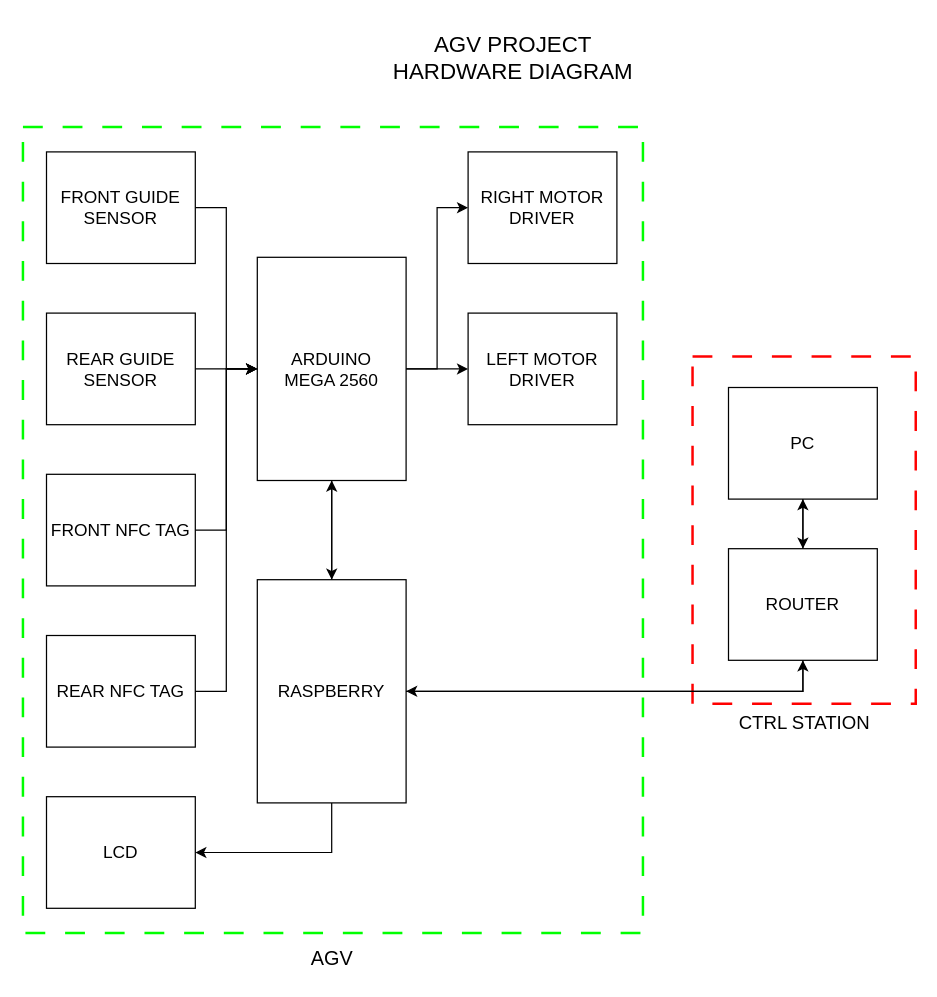
The draw.io diagram page "LF Version" (1 of 2) of Electrical/Breakdown/AGV Hardware Diagram.drawio in AlfonsusGiovanni/Automated-Guided-Vehicle, before the edit. Source tidied: cells renumbered, new cells numbered last; positions are measured from the earlier drawing's top-left corner, leaving out a move shared by most shapes. Both pictures are drawn from the tidied source at 124%, with x=0, y=0 at pixel (22, 21).
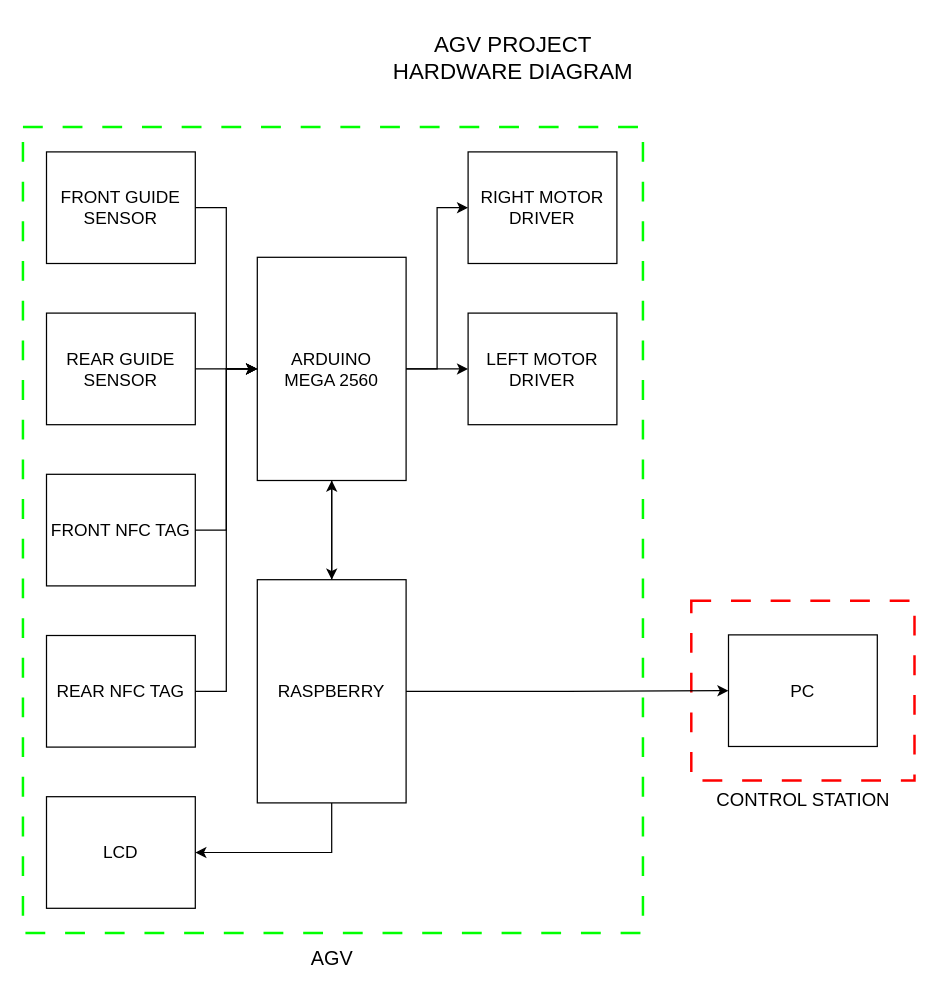
Above is the later version.

The change refers to these unchanged cells:
```xml
<mxCell id="11" value="RASPBERRY" style="rounded=0;whiteSpace=wrap;html=1;fillColor=none;fontSize=14;" parent="1" vertex="1">
  <mxGeometry x="189" y="450" width="120" height="180" as="geometry" />
</mxCell>
```

What changed in the source:
```diff
@@
     <mxCell id="2" style="whiteSpace=wrap;html=1;fillColor=none;dashed=1;dashPattern=8 8;strokeWidth=2;strokeColor=#FF0000;" parent="1" vertex="1">
-      <mxGeometry x="540" y="270" width="180" height="280" as="geometry" />
+      <mxGeometry x="539" y="467" width="180" height="145" as="geometry" />
     </mxCell>
@@
-    <mxCell id="10" style="edgeStyle=orthogonalEdgeStyle;rounded=0;jettySize=auto;html=1;exitX=1;exitY=0.5;exitDx=0;exitDy=0;entryX=0.5;entryY=1;entryDx=0;entryDy=0;" parent="1" edge="1" source="11" target="27">
-      <mxGeometry relative="1" as="geometry" />
-    </mxCell>
+    <mxCell id="31" style="edgeStyle=orthogonalEdgeStyle;rounded=0;jettySize=auto;html=1;exitX=1;exitY=0.5;exitDx=0;exitDy=0;entryX=0;entryY=0.5;entryDx=0;entryDy=0;" parent="1" edge="1" source="11" target="24">
+      <mxGeometry relative="1" as="geometry" />
+    </mxCell>
@@
-    <mxCell id="23" style="edgeStyle=orthogonalEdgeStyle;rounded=0;jettySize=auto;html=1;" parent="1" edge="1" source="24" target="27">
-      <mxGeometry relative="1" as="geometry" />
-    </mxCell>
     <mxCell id="24" value="PC" style="rounded=0;whiteSpace=wrap;html=1;fillColor=none;fontSize=14;" parent="1" vertex="1">
-      <mxGeometry x="569" y="295" width="120" height="90" as="geometry" />
+      <mxGeometry x="569" y="494.5" width="120" height="90" as="geometry" />
     </mxCell>
-    <mxCell id="25" style="edgeStyle=orthogonalEdgeStyle;rounded=0;jettySize=auto;html=1;exitX=0.5;exitY=0;exitDx=0;exitDy=0;entryX=0.5;entryY=1;entryDx=0;entryDy=0;" parent="1" edge="1" source="27" target="24">
-      <mxGeometry relative="1" as="geometry" />
-    </mxCell>
-    <mxCell id="26" style="edgeStyle=orthogonalEdgeStyle;rounded=0;jettySize=auto;html=1;exitX=0.5;exitY=1;exitDx=0;exitDy=0;entryX=1;entryY=0.5;entryDx=0;entryDy=0;" parent="1" edge="1" source="27" target="11">
-      <mxGeometry relative="1" as="geometry" />
-    </mxCell>
-    <mxCell id="27" value="ROUTER" style="rounded=0;whiteSpace=wrap;html=1;fillColor=none;fontSize=14;" parent="1" vertex="1">
-      <mxGeometry x="569" y="425" width="120" height="90" as="geometry" />
-    </mxCell>
@@
-    <mxCell id="30" value="CTRL STATION" style="text;html=1;align=center;verticalAlign=middle;strokeColor=none;fillColor=none;fontSize=15;" parent="1" vertex="1">
-      <mxGeometry x="565" y="550" width="130" height="30" as="geometry" />
+    <mxCell id="30" value="CONTROL STATION" style="text;html=1;align=center;verticalAlign=middle;strokeColor=none;fillColor=none;fontSize=15;" parent="1" vertex="1">
+      <mxGeometry x="549" y="612" width="160" height="30" as="geometry" />
     </mxCell>
```
